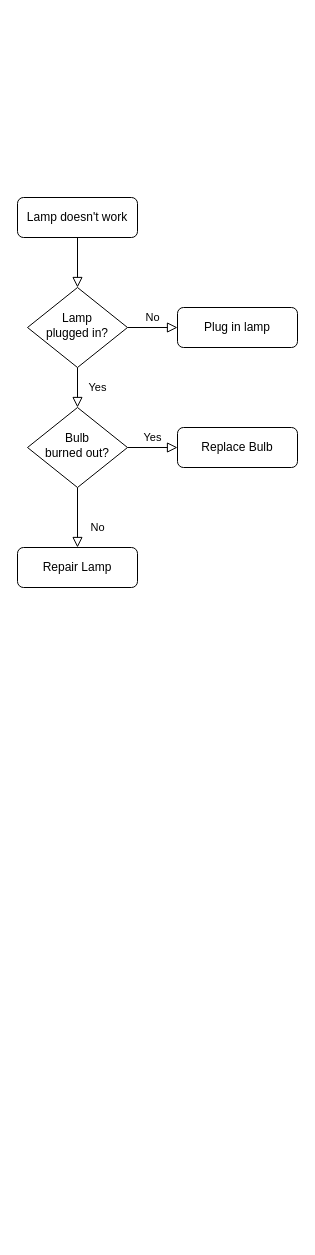
Above: Untitled Diagram.drawio in Bhawana15/betting_contract (draw.io), before the change. Source tidied: cells renumbered, new cells numbered last; positions are measured from the earlier drawing's top-left corner, leaving out a move shared by most shapes. Both pictures are drawn from the tidied source at 100%, with x=0, y=0 at pixel (17, 197).
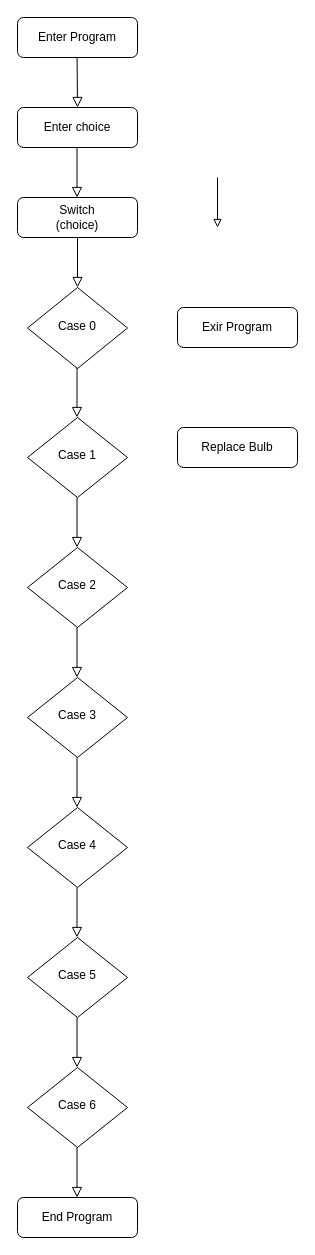
Above is the later version.

Unchanged cells that the change refers to:
```xml
<mxCell id="12" value="Replace Bulb" style="rounded=1;whiteSpace=wrap;html=1;fontSize=12;glass=0;strokeWidth=1;shadow=0;" parent="1" vertex="1">
  <mxGeometry x="160" y="230" width="120" height="40" as="geometry" />
</mxCell>
```

The edit, as a diff of the source:
```diff
@@
-    <mxCell id="3" value="Lamp doesn't work" style="rounded=1;whiteSpace=wrap;html=1;fontSize=12;glass=0;strokeWidth=1;shadow=0;" parent="1" vertex="1">
+    <mxCell id="3" value="Switch&lt;br&gt;(choice)" style="rounded=1;whiteSpace=wrap;html=1;fontSize=12;glass=0;strokeWidth=1;shadow=0;" parent="1" vertex="1">
       <mxGeometry width="120" height="40" as="geometry" />
     </mxCell>
-    <mxCell id="4" value="Yes" style="rounded=0;html=1;jettySize=auto;fontSize=11;endArrow=block;endFill=0;endSize=8;strokeWidth=1;shadow=0;labelBackgroundColor=none;edgeStyle=orthogonalEdgeStyle;" parent="1" edge="1" source="6" target="10">
-      <mxGeometry y="20" relative="1" as="geometry" />
-    </mxCell>
-    <mxCell id="5" value="No" style="edgeStyle=orthogonalEdgeStyle;rounded=0;html=1;jettySize=auto;fontSize=11;endArrow=block;endFill=0;endSize=8;strokeWidth=1;shadow=0;labelBackgroundColor=none;" parent="1" edge="1" source="6" target="7">
-      <mxGeometry y="10" relative="1" as="geometry" />
-    </mxCell>
-    <mxCell id="6" value="Lamp&lt;br&gt;plugged in?" style="rhombus;whiteSpace=wrap;html=1;shadow=0;fontFamily=Helvetica;fontSize=12;align=center;strokeWidth=1;spacing=6;spacingTop=-4;" parent="1" vertex="1">
-      <mxGeometry x="10" y="90" width="100" height="80" as="geometry" />
+    <mxCell id="6" value="Case 0" style="rhombus;whiteSpace=wrap;html=1;shadow=0;fontFamily=Helvetica;fontSize=12;align=center;strokeWidth=1;spacing=6;spacingTop=-4;" parent="1" vertex="1">
+      <mxGeometry x="10" y="90" width="100" height="81" as="geometry" />
     </mxCell>
-    <mxCell id="7" value="Plug in lamp" style="rounded=1;whiteSpace=wrap;html=1;fontSize=12;glass=0;strokeWidth=1;shadow=0;" parent="1" vertex="1">
+    <mxCell id="7" value="Exir Program" style="rounded=1;whiteSpace=wrap;html=1;fontSize=12;glass=0;strokeWidth=1;shadow=0;" parent="1" vertex="1">
       <mxGeometry x="160" y="110" width="120" height="40" as="geometry" />
     </mxCell>
-    <mxCell id="8" value="No" style="rounded=0;html=1;jettySize=auto;fontSize=11;endArrow=block;endFill=0;endSize=8;strokeWidth=1;shadow=0;labelBackgroundColor=none;edgeStyle=orthogonalEdgeStyle;" parent="1" edge="1" source="10" target="11">
-      <mxGeometry x="0.33" y="20" relative="1" as="geometry" />
-    </mxCell>
-    <mxCell id="9" value="Yes" style="edgeStyle=orthogonalEdgeStyle;rounded=0;html=1;jettySize=auto;fontSize=11;endArrow=block;endFill=0;endSize=8;strokeWidth=1;shadow=0;labelBackgroundColor=none;" parent="1" edge="1" source="10" target="12">
-      <mxGeometry y="10" relative="1" as="geometry" />
-    </mxCell>
-    <mxCell id="10" value="Bulb&lt;br&gt;burned out?" style="rhombus;whiteSpace=wrap;html=1;shadow=0;fontFamily=Helvetica;fontSize=12;align=center;strokeWidth=1;spacing=6;spacingTop=-4;" parent="1" vertex="1">
-      <mxGeometry x="10" y="210" width="100" height="80" as="geometry" />
+    <mxCell id="10" value="Case 1" style="rhombus;whiteSpace=wrap;html=1;shadow=0;fontFamily=Helvetica;fontSize=12;align=center;strokeWidth=1;spacing=6;spacingTop=-4;" parent="1" vertex="1">
+      <mxGeometry x="10" y="220" width="100" height="80" as="geometry" />
     </mxCell>
-    <mxCell id="11" value="Repair Lamp" style="rounded=1;whiteSpace=wrap;html=1;fontSize=12;glass=0;strokeWidth=1;shadow=0;" parent="1" vertex="1">
-      <mxGeometry y="350" width="120" height="40" as="geometry" />
+    <mxCell id="11" value="End Program" style="rounded=1;whiteSpace=wrap;html=1;fontSize=12;glass=0;strokeWidth=1;shadow=0;" parent="1" vertex="1">
+      <mxGeometry y="1000" width="120" height="40" as="geometry" />
     </mxCell>
@@
+    <mxCell id="13" value="Enter choice" style="rounded=1;whiteSpace=wrap;html=1;fontSize=12;glass=0;strokeWidth=1;shadow=0;" parent="1" vertex="1">
+      <mxGeometry y="-90" width="120" height="40" as="geometry" />
+    </mxCell>
+    <mxCell id="14" style="rounded=0;html=1;jettySize=auto;fontSize=11;endArrow=block;endFill=0;endSize=8;strokeWidth=1;shadow=0;labelBackgroundColor=none;edgeStyle=orthogonalEdgeStyle;entryX=0.5;entryY=0;entryDx=0;entryDy=0;" parent="1" edge="1" target="13">
+      <mxGeometry relative="1" as="geometry">
+        <mxPoint x="59.5" y="-150" as="sourcePoint" />
+      </mxGeometry>
+    </mxCell>
+    <mxCell id="15" value="Enter Program" style="rounded=1;whiteSpace=wrap;html=1;fontSize=12;glass=0;strokeWidth=1;shadow=0;" parent="1" vertex="1">
+      <mxGeometry y="-180" width="120" height="40" as="geometry" />
+    </mxCell>
+    <mxCell id="16" style="rounded=0;html=1;jettySize=auto;orthogonalLoop=1;fontSize=11;endArrow=block;endFill=0;endSize=8;strokeWidth=1;shadow=0;labelBackgroundColor=none;edgeStyle=orthogonalEdgeStyle;" parent="1" edge="1">
+      <mxGeometry relative="1" as="geometry">
+        <mxPoint x="59.5" y="-50" as="sourcePoint" />
+        <mxPoint x="59.5" as="targetPoint" />
+      </mxGeometry>
+    </mxCell>
+    <mxCell id="17" value="Case 2" style="rhombus;whiteSpace=wrap;html=1;shadow=0;fontFamily=Helvetica;fontSize=12;align=center;strokeWidth=1;spacing=6;spacingTop=-4;" parent="1" vertex="1">
+      <mxGeometry x="10" y="350" width="100" height="80" as="geometry" />
+    </mxCell>
+    <mxCell id="18" value="Case 3" style="rhombus;whiteSpace=wrap;html=1;shadow=0;fontFamily=Helvetica;fontSize=12;align=center;strokeWidth=1;spacing=6;spacingTop=-4;" parent="1" vertex="1">
+      <mxGeometry x="10" y="480" width="100" height="80" as="geometry" />
+    </mxCell>
+    <mxCell id="19" value="Case 4" style="rhombus;whiteSpace=wrap;html=1;shadow=0;fontFamily=Helvetica;fontSize=12;align=center;strokeWidth=1;spacing=6;spacingTop=-4;" parent="1" vertex="1">
+      <mxGeometry x="10" y="610" width="100" height="80" as="geometry" />
+    </mxCell>
+    <mxCell id="20" value="Case 5" style="rhombus;whiteSpace=wrap;html=1;shadow=0;fontFamily=Helvetica;fontSize=12;align=center;strokeWidth=1;spacing=6;spacingTop=-4;" parent="1" vertex="1">
+      <mxGeometry x="10" y="740" width="100" height="80" as="geometry" />
+    </mxCell>
+    <mxCell id="21" value="Case 6" style="rhombus;whiteSpace=wrap;html=1;shadow=0;fontFamily=Helvetica;fontSize=12;align=center;strokeWidth=1;spacing=6;spacingTop=-4;" parent="1" vertex="1">
+      <mxGeometry x="10" y="870" width="100" height="80" as="geometry" />
+    </mxCell>
+    <mxCell id="22" style="rounded=0;html=1;jettySize=auto;orthogonalLoop=1;fontSize=11;endArrow=block;endFill=0;endSize=8;strokeWidth=1;shadow=0;labelBackgroundColor=none;edgeStyle=orthogonalEdgeStyle;" parent="1" edge="1">
+      <mxGeometry relative="1" as="geometry">
+        <mxPoint x="59.5" y="170" as="sourcePoint" />
+        <mxPoint x="59.5" y="220" as="targetPoint" />
+      </mxGeometry>
+    </mxCell>
+    <mxCell id="23" style="rounded=0;html=1;jettySize=auto;orthogonalLoop=1;fontSize=11;endArrow=block;endFill=0;endSize=8;strokeWidth=1;shadow=0;labelBackgroundColor=none;edgeStyle=orthogonalEdgeStyle;" parent="1" edge="1">
+      <mxGeometry relative="1" as="geometry">
+        <mxPoint x="59.5" y="300" as="sourcePoint" />
+        <mxPoint x="59.5" y="350" as="targetPoint" />
+      </mxGeometry>
+    </mxCell>
+    <mxCell id="24" style="rounded=0;html=1;jettySize=auto;orthogonalLoop=1;fontSize=11;endArrow=block;endFill=0;endSize=8;strokeWidth=1;shadow=0;labelBackgroundColor=none;edgeStyle=orthogonalEdgeStyle;" parent="1" edge="1">
+      <mxGeometry relative="1" as="geometry">
+        <mxPoint x="59.5" y="430" as="sourcePoint" />
+        <mxPoint x="59.5" y="480" as="targetPoint" />
+      </mxGeometry>
+    </mxCell>
+    <mxCell id="25" style="rounded=0;html=1;jettySize=auto;orthogonalLoop=1;fontSize=11;endArrow=block;endFill=0;endSize=8;strokeWidth=1;shadow=0;labelBackgroundColor=none;edgeStyle=orthogonalEdgeStyle;" parent="1" edge="1">
+      <mxGeometry relative="1" as="geometry">
+        <mxPoint x="59.5" y="560" as="sourcePoint" />
+        <mxPoint x="59.5" y="610" as="targetPoint" />
+      </mxGeometry>
+    </mxCell>
+    <mxCell id="26" style="rounded=0;html=1;jettySize=auto;orthogonalLoop=1;fontSize=11;endArrow=block;endFill=0;endSize=8;strokeWidth=1;shadow=0;labelBackgroundColor=none;edgeStyle=orthogonalEdgeStyle;" parent="1" edge="1">
+      <mxGeometry relative="1" as="geometry">
+        <mxPoint x="59.5" y="690" as="sourcePoint" />
+        <mxPoint x="59.5" y="740" as="targetPoint" />
+      </mxGeometry>
+    </mxCell>
+    <mxCell id="27" style="rounded=0;html=1;jettySize=auto;orthogonalLoop=1;fontSize=11;endArrow=block;endFill=0;endSize=8;strokeWidth=1;shadow=0;labelBackgroundColor=none;edgeStyle=orthogonalEdgeStyle;" parent="1" edge="1">
+      <mxGeometry relative="1" as="geometry">
+        <mxPoint x="59.5" y="820" as="sourcePoint" />
+        <mxPoint x="59.5" y="870" as="targetPoint" />
+      </mxGeometry>
+    </mxCell>
+    <mxCell id="28" style="rounded=0;html=1;jettySize=auto;orthogonalLoop=1;fontSize=11;endArrow=block;endFill=0;endSize=8;strokeWidth=1;shadow=0;labelBackgroundColor=none;edgeStyle=orthogonalEdgeStyle;" parent="1" edge="1">
+      <mxGeometry relative="1" as="geometry">
+        <mxPoint x="59.5" y="950" as="sourcePoint" />
+        <mxPoint x="59.5" y="1000" as="targetPoint" />
+      </mxGeometry>
+    </mxCell>
+    <mxCell id="29" style="rounded=0;html=1;jettySize=auto;orthogonalLoop=1;fontSize=11;endArrow=block;endFill=0;strokeWidth=1;shadow=0;labelBackgroundColor=none;edgeStyle=orthogonalEdgeStyle;" parent="1" edge="1">
+      <mxGeometry relative="1" as="geometry">
+        <mxPoint x="200" y="-20" as="sourcePoint" />
+        <mxPoint x="200" y="30" as="targetPoint" />
+      </mxGeometry>
+    </mxCell>
```
